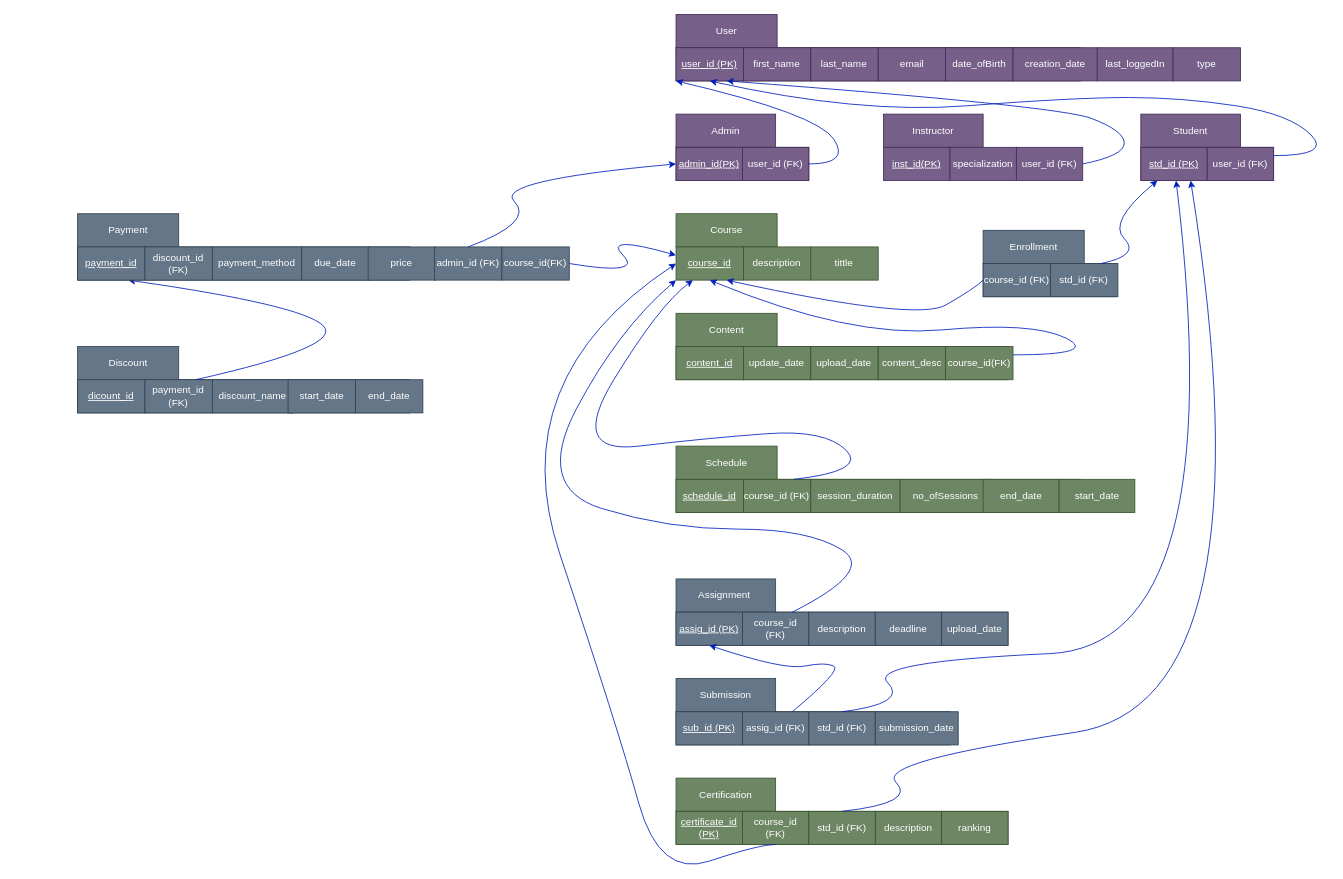
Earlier version of the draw.io diagram RelationalSchema1.drawio (bekteshi-ina/DB-Project). Source tidied: cells renumbered, new cells numbered last; positions are measured from the earlier drawing's top-left corner, leaving out a move shared by most shapes. Both pictures are drawn from the tidied source at 83%, with x=0, y=0 at pixel (77, 14).
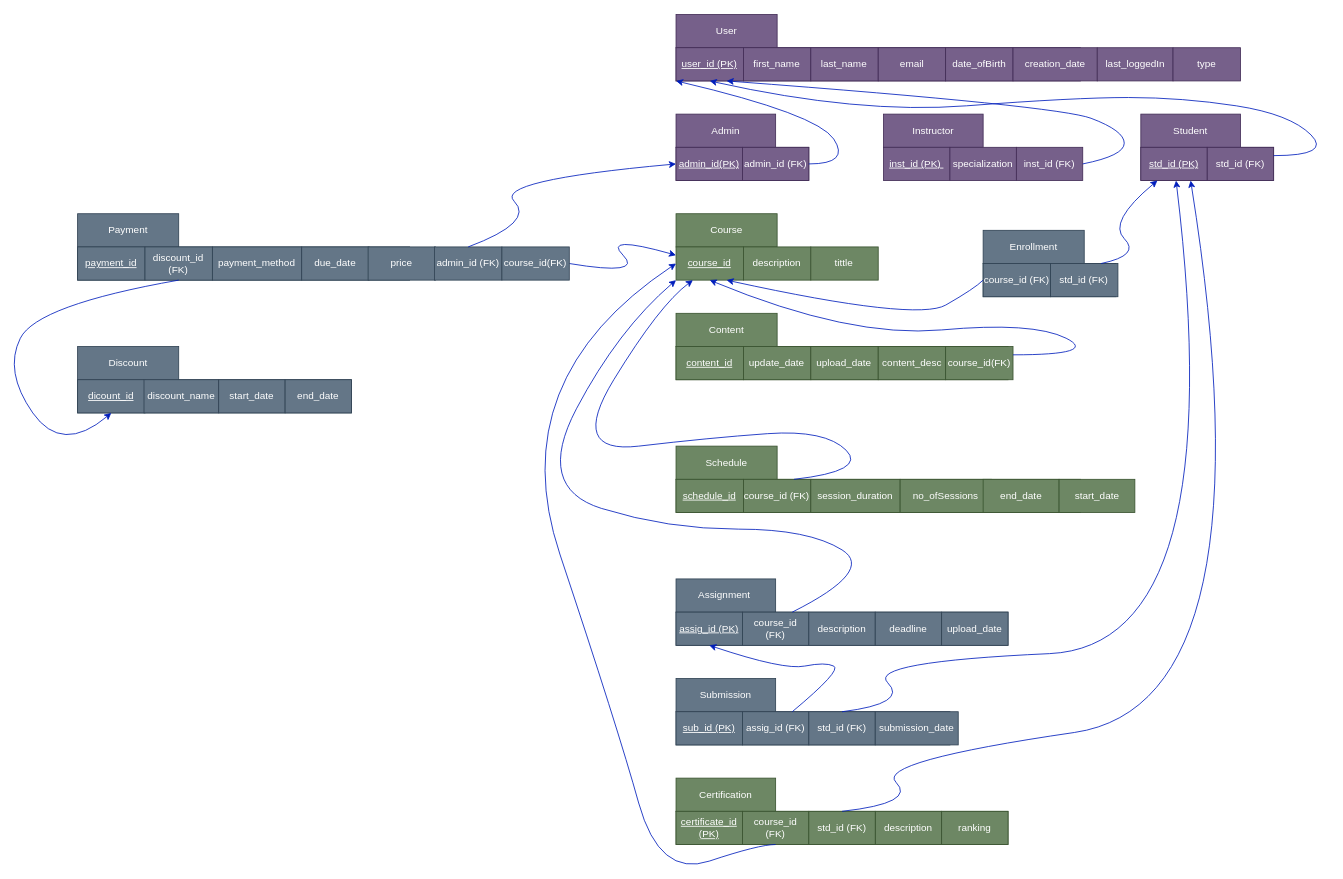
Above is the later version.

The change refers to these unchanged cells:
```xml
<mxCell id="15" style="group;" parent="14" vertex="1">
  <mxGeometry width="500" height="100" as="geometry" />
</mxCell>
<mxCell id="85" style="group;" parent="1" vertex="1">
  <mxGeometry x="1281" y="120" width="160" height="80" as="geometry" />
</mxCell>
<mxCell id="96" style="group;" parent="1" vertex="1">
  <mxGeometry y="400" width="416" height="100" as="geometry" />
</mxCell>
<mxCell id="99" value="&lt;u&gt;dicount_id&lt;/u&gt;" style="rounded=0;whiteSpace=wrap;html=1;fillColor=#647687;strokeColor=#314354;fontColor=#ffffff;" parent="96" vertex="1">
  <mxGeometry y="40" width="81.2" height="40" as="geometry" />
</mxCell>
<mxCell id="112" value="&lt;u&gt;payment_id&lt;/u&gt;" style="rounded=0;whiteSpace=wrap;html=1;fillColor=#647687;strokeColor=#314354;fontColor=#ffffff;" parent="109" vertex="1">
  <mxGeometry y="40" width="81.2" height="40" as="geometry" />
</mxCell>
<mxCell id="113" value="discount_id&lt;br&gt;(FK)" style="rounded=0;whiteSpace=wrap;html=1;fillColor=#647687;strokeColor=#314354;fontColor=#ffffff;" parent="109" vertex="1">
  <mxGeometry x="81.2" y="40" width="81.2" height="40" as="geometry" />
</mxCell>
```

Change to the diagram source:
```diff
@@
-    <mxCell id="19" value="user_id (FK)" style="rounded=0;whiteSpace=wrap;html=1;fillColor=#76608a;strokeColor=#432D57;fontColor=#ffffff;" parent="15" vertex="1">
+    <mxCell id="19" value="admin_id (FK)" style="rounded=0;whiteSpace=wrap;html=1;fillColor=#76608a;strokeColor=#432D57;fontColor=#ffffff;" parent="15" vertex="1">
       <mxGeometry x="80" y="40" width="80" height="40" as="geometry" />
     </mxCell>
@@
-    <mxCell id="21" value="&lt;u&gt;inst_id(PK)&lt;/u&gt;" style="rounded=0;whiteSpace=wrap;html=1;fillColor=#76608a;strokeColor=#432D57;fontColor=#ffffff;" parent="15" vertex="1">
+    <mxCell id="21" value="&lt;u&gt;inst_id (PK)&amp;nbsp;&lt;/u&gt;" style="rounded=0;whiteSpace=wrap;html=1;fillColor=#76608a;strokeColor=#432D57;fontColor=#ffffff;" parent="15" vertex="1">
       <mxGeometry x="250" y="40" width="80" height="40" as="geometry" />
     </mxCell>
-    <mxCell id="22" value="user_id (FK)" style="rounded=0;whiteSpace=wrap;html=1;fillColor=#76608a;strokeColor=#432D57;fontColor=#ffffff;" parent="15" vertex="1">
+    <mxCell id="22" value="inst_id (FK)" style="rounded=0;whiteSpace=wrap;html=1;fillColor=#76608a;strokeColor=#432D57;fontColor=#ffffff;" parent="15" vertex="1">
       <mxGeometry x="410" y="40" width="80" height="40" as="geometry" />
     </mxCell>
@@
-    <mxCell id="89" value="user_id (FK)" style="rounded=0;whiteSpace=wrap;html=1;fillColor=#76608a;strokeColor=#432D57;fontColor=#ffffff;" parent="85" vertex="1">
+    <mxCell id="89" value="std_id (FK)" style="rounded=0;whiteSpace=wrap;html=1;fillColor=#76608a;strokeColor=#432D57;fontColor=#ffffff;" parent="85" vertex="1">
       <mxGeometry x="80" y="40" width="80" height="40" as="geometry" />
     </mxCell>
@@
     <mxCell id="97" style="rounded=0;whiteSpace=wrap;html=1;fillColor=#647687;strokeColor=#314354;fontColor=#ffffff;" parent="96" vertex="1">
-      <mxGeometry y="40" width="400" height="40" as="geometry" />
+      <mxGeometry y="40" width="330" height="40" as="geometry" />
     </mxCell>
@@
-    <mxCell id="100" value="payment_id&lt;br&gt;(FK)" style="rounded=0;whiteSpace=wrap;html=1;fillColor=#647687;strokeColor=#314354;fontColor=#ffffff;" parent="96" vertex="1">
-      <mxGeometry x="81.2" y="40" width="81.2" height="40" as="geometry" />
-    </mxCell>
     <mxCell id="101" value="discount_name" style="rounded=0;whiteSpace=wrap;html=1;fillColor=#647687;strokeColor=#314354;fontColor=#ffffff;" parent="96" vertex="1">
-      <mxGeometry x="162.4" y="40" width="97.6" height="40" as="geometry" />
+      <mxGeometry x="80" y="40" width="90" height="40" as="geometry" />
     </mxCell>
     <mxCell id="102" value="start_date" style="rounded=0;whiteSpace=wrap;html=1;fillColor=#647687;strokeColor=#314354;fontColor=#ffffff;" parent="96" vertex="1">
-      <mxGeometry x="253.6" y="40" width="81.2" height="40" as="geometry" />
+      <mxGeometry x="170" y="40" width="80" height="40" as="geometry" />
     </mxCell>
     <mxCell id="103" value="end_date" style="rounded=0;whiteSpace=wrap;html=1;fillColor=#647687;strokeColor=#314354;fontColor=#ffffff;" parent="96" vertex="1">
-      <mxGeometry x="334.8" y="40" width="81.2" height="40" as="geometry" />
+      <mxGeometry x="250" y="40" width="80" height="40" as="geometry" />
     </mxCell>
@@
-    <mxCell id="106" style="curved=1;endArrow=classic;html=1;rounded=0;exitX=0.75;exitY=0;exitDx=0;exitDy=0;entryX=0.75;entryY=1;entryDx=0;entryDy=0;fillColor=#0050ef;strokeColor=#001DBC;" parent="1" edge="1" source="100" target="112">
-      <mxGeometry relative="1" as="geometry">
-        <Array as="points">
-          <mxPoint x="321" y="400" />
-          <mxPoint x="271" y="350" />
-        </Array>
-      </mxGeometry>
-    </mxCell>
@@
+    <mxCell id="123" style="curved=1;endArrow=classic;html=1;exitX=0.5;exitY=1;exitDx=0;exitDy=0;entryX=0.5;entryY=1;entryDx=0;entryDy=0;fillColor=#0050ef;strokeColor=#001DBC;" parent="1" edge="1" source="113" target="99">
+      <mxGeometry relative="1" as="geometry">
+        <Array as="points">
+          <mxPoint x="-49" y="350" />
+          <mxPoint x="-89" y="430" />
+          <mxPoint x="-19" y="530" />
+        </Array>
+      </mxGeometry>
+    </mxCell>
```
